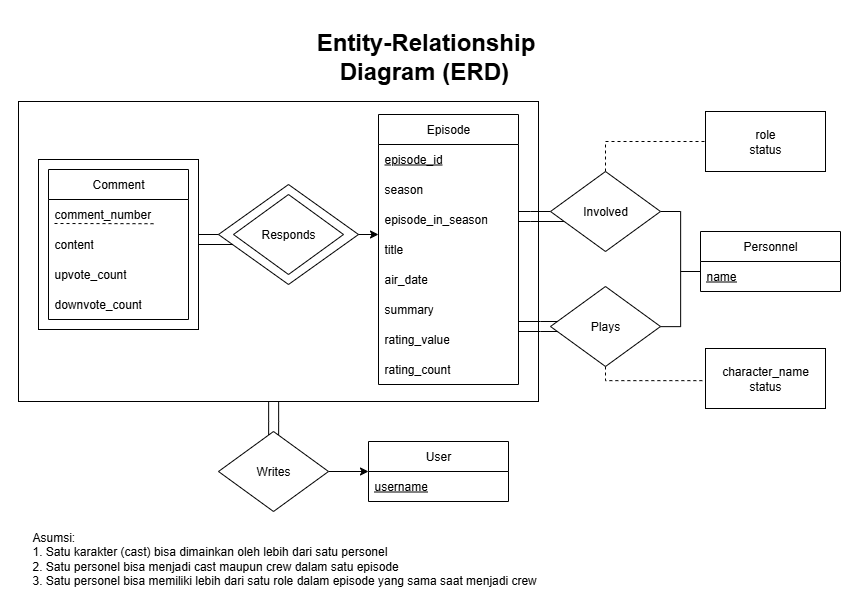
This is Data Storing/design/ERD.png from wargabasdat/Seleksi-2025-Tugas-1, a draw.io export, as it was before one commit. Source tidied: cells renumbered, new cells last; positions are measured from the earlier drawing's top-left corner, leaving out a move shared by most shapes. Source of this version:
```xml
<mxGraphModel>
  <root>
    <mxCell id="0" />
    <mxCell id="1" parent="0" />
    <mxCell id="2" style="rounded=0;whiteSpace=wrap;html=1;strokeColor=none;" parent="1" vertex="1">
      <mxGeometry width="860" height="610" as="geometry" />
    </mxCell>
    <mxCell id="3" style="edgeStyle=orthogonalEdgeStyle;rounded=0;jettySize=auto;html=1;endArrow=none;endFill=0;" parent="1" edge="1" source="4" target="36">
      <mxGeometry relative="1" as="geometry">
        <Array as="points">
          <mxPoint x="278" y="421" />
          <mxPoint x="278" y="421" />
        </Array>
      </mxGeometry>
    </mxCell>
    <mxCell id="4" style="rounded=0;whiteSpace=wrap;html=1;" parent="1" vertex="1">
      <mxGeometry x="18" y="101" width="520" height="300" as="geometry" />
    </mxCell>
    <mxCell id="5" value="Episode" style="swimlane;fontStyle=0;horizontal=1;startSize=30;whiteSpace=wrap;html=1;" parent="1" vertex="1">
      <mxGeometry x="378" y="114" width="140" height="270" as="geometry" />
    </mxCell>
    <mxCell id="6" value="episode_id" style="text;strokeColor=none;fillColor=none;align=left;verticalAlign=middle;spacingLeft=4;spacingRight=4;overflow=hidden;whiteSpace=wrap;html=1;fontStyle=4;" parent="5" vertex="1">
      <mxGeometry y="30" width="140" height="30" as="geometry" />
    </mxCell>
    <mxCell id="7" value="season" style="text;strokeColor=none;fillColor=none;align=left;verticalAlign=middle;spacingLeft=4;spacingRight=4;overflow=hidden;whiteSpace=wrap;html=1;" parent="5" vertex="1">
      <mxGeometry y="60" width="140" height="30" as="geometry" />
    </mxCell>
    <mxCell id="8" value="episode_in_season" style="text;strokeColor=none;fillColor=none;align=left;verticalAlign=middle;spacingLeft=4;spacingRight=4;overflow=hidden;whiteSpace=wrap;html=1;" parent="5" vertex="1">
      <mxGeometry y="90" width="140" height="30" as="geometry" />
    </mxCell>
    <mxCell id="9" value="title" style="text;strokeColor=none;fillColor=none;align=left;verticalAlign=middle;spacingLeft=4;spacingRight=4;overflow=hidden;whiteSpace=wrap;html=1;" parent="5" vertex="1">
      <mxGeometry y="120" width="140" height="30" as="geometry" />
    </mxCell>
    <mxCell id="10" value="air_date" style="text;strokeColor=none;fillColor=none;align=left;verticalAlign=middle;spacingLeft=4;spacingRight=4;overflow=hidden;whiteSpace=wrap;html=1;" parent="5" vertex="1">
      <mxGeometry y="150" width="140" height="30" as="geometry" />
    </mxCell>
    <mxCell id="11" value="summary" style="text;strokeColor=none;fillColor=none;align=left;verticalAlign=middle;spacingLeft=4;spacingRight=4;overflow=hidden;whiteSpace=wrap;html=1;" parent="5" vertex="1">
      <mxGeometry y="180" width="140" height="30" as="geometry" />
    </mxCell>
    <mxCell id="12" value="rating_value" style="text;strokeColor=none;fillColor=none;align=left;verticalAlign=middle;spacingLeft=4;spacingRight=4;overflow=hidden;whiteSpace=wrap;html=1;" parent="5" vertex="1">
      <mxGeometry y="210" width="140" height="30" as="geometry" />
    </mxCell>
    <mxCell id="13" value="rating_count" style="text;strokeColor=none;fillColor=none;align=left;verticalAlign=middle;spacingLeft=4;spacingRight=4;overflow=hidden;whiteSpace=wrap;html=1;" parent="5" vertex="1">
      <mxGeometry y="240" width="140" height="30" as="geometry" />
    </mxCell>
    <mxCell id="14" value="Personnel" style="swimlane;fontStyle=0;horizontal=1;startSize=30;whiteSpace=wrap;html=1;" parent="1" vertex="1">
      <mxGeometry x="700" y="231" width="140" height="60" as="geometry" />
    </mxCell>
    <mxCell id="15" value="name" style="text;strokeColor=none;fillColor=none;align=left;verticalAlign=middle;spacingLeft=4;spacingRight=4;overflow=hidden;whiteSpace=wrap;html=1;fontStyle=4;" parent="14" vertex="1">
      <mxGeometry y="30" width="140" height="30" as="geometry" />
    </mxCell>
    <mxCell id="16" style="edgeStyle=orthogonalEdgeStyle;rounded=0;jettySize=auto;html=1;endArrow=none;endFill=0;" parent="1" edge="1" source="20" target="5">
      <mxGeometry relative="1" as="geometry">
        <Array as="points">
          <mxPoint x="530" y="211" />
          <mxPoint x="530" y="211" />
        </Array>
      </mxGeometry>
    </mxCell>
    <mxCell id="17" style="edgeStyle=orthogonalEdgeStyle;rounded=0;jettySize=auto;html=1;endArrow=none;endFill=0;" parent="1" edge="1" source="20" target="5">
      <mxGeometry relative="1" as="geometry">
        <Array as="points">
          <mxPoint x="530" y="221" />
          <mxPoint x="530" y="221" />
        </Array>
      </mxGeometry>
    </mxCell>
    <mxCell id="18" style="edgeStyle=orthogonalEdgeStyle;rounded=0;jettySize=auto;html=1;endArrow=none;endFill=0;" parent="1" edge="1" source="20" target="14">
      <mxGeometry relative="1" as="geometry">
        <Array as="points">
          <mxPoint x="680" y="211" />
          <mxPoint x="680" y="271" />
        </Array>
      </mxGeometry>
    </mxCell>
    <mxCell id="19" style="edgeStyle=orthogonalEdgeStyle;rounded=0;jettySize=auto;html=1;dashed=1;endArrow=none;endFill=0;" parent="1" edge="1" source="20" target="30">
      <mxGeometry relative="1" as="geometry">
        <Array as="points">
          <mxPoint x="605" y="141" />
        </Array>
      </mxGeometry>
    </mxCell>
    <mxCell id="20" value="Involved" style="rhombus;whiteSpace=wrap;html=1;" parent="1" vertex="1">
      <mxGeometry x="550" y="171" width="110" height="80" as="geometry" />
    </mxCell>
    <mxCell id="21" style="group;" parent="1" vertex="1">
      <mxGeometry x="218" y="184" width="140" height="150" as="geometry" />
    </mxCell>
    <mxCell id="22" style="rhombus;whiteSpace=wrap;html=1;" parent="21" vertex="1">
      <mxGeometry width="140" height="100" as="geometry" />
    </mxCell>
    <mxCell id="23" value="Responds" style="rhombus;whiteSpace=wrap;html=1;" parent="21" vertex="1">
      <mxGeometry x="15" y="10" width="110" height="80" as="geometry" />
    </mxCell>
    <mxCell id="24" style="edgeStyle=orthogonalEdgeStyle;rounded=0;jettySize=auto;html=1;endArrow=none;endFill=0;" parent="1" edge="1" source="28" target="5">
      <mxGeometry relative="1" as="geometry">
        <Array as="points">
          <mxPoint x="540" y="321" />
          <mxPoint x="540" y="321" />
        </Array>
      </mxGeometry>
    </mxCell>
    <mxCell id="25" style="edgeStyle=orthogonalEdgeStyle;rounded=0;jettySize=auto;html=1;endArrow=none;endFill=0;" parent="1" edge="1" source="28" target="5">
      <mxGeometry relative="1" as="geometry">
        <Array as="points">
          <mxPoint x="540" y="331" />
          <mxPoint x="540" y="331" />
        </Array>
      </mxGeometry>
    </mxCell>
    <mxCell id="26" style="edgeStyle=orthogonalEdgeStyle;rounded=0;jettySize=auto;html=1;endArrow=none;endFill=0;" parent="1" edge="1" source="28" target="14">
      <mxGeometry relative="1" as="geometry">
        <Array as="points">
          <mxPoint x="680" y="326" />
          <mxPoint x="680" y="271" />
        </Array>
      </mxGeometry>
    </mxCell>
    <mxCell id="27" style="edgeStyle=orthogonalEdgeStyle;rounded=0;jettySize=auto;html=1;endArrow=none;endFill=0;dashed=1;" parent="1" edge="1" source="28" target="29">
      <mxGeometry relative="1" as="geometry">
        <Array as="points">
          <mxPoint x="605" y="380" />
        </Array>
      </mxGeometry>
    </mxCell>
    <mxCell id="28" value="Plays" style="rhombus;whiteSpace=wrap;html=1;" parent="1" vertex="1">
      <mxGeometry x="550" y="286" width="110" height="80" as="geometry" />
    </mxCell>
    <mxCell id="29" value="character_name&lt;br&gt;&lt;div&gt;status&lt;/div&gt;" style="rounded=0;whiteSpace=wrap;html=1;" parent="1" vertex="1">
      <mxGeometry x="705" y="348" width="120" height="60" as="geometry" />
    </mxCell>
    <mxCell id="30" value="role&lt;br&gt;&lt;div&gt;status&lt;/div&gt;" style="rounded=0;whiteSpace=wrap;html=1;" parent="1" vertex="1">
      <mxGeometry x="705" y="111" width="120" height="60" as="geometry" />
    </mxCell>
    <mxCell id="31" value="&lt;div style=&quot;text-align: justify;&quot;&gt;&lt;div&gt;&lt;span style=&quot;background-color: transparent; color: light-dark(rgb(0, 0, 0), rgb(255, 255, 255));&quot;&gt;Asumsi:&amp;nbsp;&lt;/span&gt;&lt;/div&gt;&lt;div&gt;1. Satu karakter (cast) bisa dimainkan oleh lebih dari satu personel&lt;/div&gt;&lt;div&gt;&lt;span style=&quot;background-color: transparent; color: light-dark(rgb(0, 0, 0), rgb(255, 255, 255));&quot;&gt;2. Satu personel bisa menjadi cast maupun crew dalam satu episode&lt;/span&gt;&lt;/div&gt;&lt;div&gt;&lt;span style=&quot;background-color: transparent; color: light-dark(rgb(0, 0, 0), rgb(255, 255, 255));&quot;&gt;3. Satu personel bisa memiliki lebih dari satu role dalam episode yang sama saat menjadi crew&lt;/span&gt;&lt;/div&gt;&lt;/div&gt;" style="text;html=1;align=left;verticalAlign=middle;whiteSpace=wrap;rounded=0;" parent="1" vertex="1">
      <mxGeometry x="30" y="526" width="750" height="64" as="geometry" />
    </mxCell>
    <mxCell id="32" value="User" style="swimlane;fontStyle=0;horizontal=1;startSize=30;whiteSpace=wrap;html=1;" parent="1" vertex="1">
      <mxGeometry x="368" y="441" width="140" height="60" as="geometry" />
    </mxCell>
    <mxCell id="33" value="username" style="text;strokeColor=none;fillColor=none;align=left;verticalAlign=middle;spacingLeft=4;spacingRight=4;overflow=hidden;whiteSpace=wrap;html=1;fontStyle=4;" parent="32" vertex="1">
      <mxGeometry y="30" width="140" height="30" as="geometry" />
    </mxCell>
    <mxCell id="34" style="edgeStyle=orthogonalEdgeStyle;rounded=0;jettySize=auto;html=1;" parent="1" edge="1" source="36" target="32">
      <mxGeometry relative="1" as="geometry" />
    </mxCell>
    <mxCell id="35" style="edgeStyle=orthogonalEdgeStyle;rounded=0;jettySize=auto;html=1;endArrow=none;endFill=0;" parent="1" edge="1" source="36" target="4">
      <mxGeometry relative="1" as="geometry">
        <Array as="points">
          <mxPoint x="268" y="421" />
          <mxPoint x="268" y="421" />
        </Array>
      </mxGeometry>
    </mxCell>
    <mxCell id="36" value="Writes" style="rhombus;whiteSpace=wrap;html=1;" parent="1" vertex="1">
      <mxGeometry x="218" y="431" width="110" height="80" as="geometry" />
    </mxCell>
    <mxCell id="37" style="edgeStyle=orthogonalEdgeStyle;rounded=0;jettySize=auto;html=1;" parent="1" edge="1" source="22" target="5">
      <mxGeometry relative="1" as="geometry">
        <Array as="points">
          <mxPoint x="378" y="241" />
          <mxPoint x="378" y="241" />
        </Array>
      </mxGeometry>
    </mxCell>
    <mxCell id="38" style="group;" parent="1" vertex="1">
      <mxGeometry x="38" y="159" width="160" height="170" as="geometry" />
    </mxCell>
    <mxCell id="39" style="rounded=0;whiteSpace=wrap;html=1;" parent="38" vertex="1">
      <mxGeometry width="160" height="170" as="geometry" />
    </mxCell>
    <mxCell id="40" value="Comment" style="swimlane;fontStyle=0;horizontal=1;startSize=30;whiteSpace=wrap;html=1;" parent="38" vertex="1">
      <mxGeometry x="10" y="10" width="140" height="150" as="geometry" />
    </mxCell>
    <mxCell id="41" value="comment_number" style="text;strokeColor=none;fillColor=none;align=left;verticalAlign=middle;spacingLeft=4;spacingRight=4;overflow=hidden;whiteSpace=wrap;html=1;" parent="38" vertex="1">
      <mxGeometry x="10" y="40" width="140" height="30" as="geometry" />
    </mxCell>
    <mxCell id="42" style="endArrow=none;dashed=1;html=1;rounded=0;" parent="38" edge="1">
      <mxGeometry relative="1" as="geometry">
        <mxPoint x="16" y="64" as="sourcePoint" />
        <mxPoint x="116" y="64.2" as="targetPoint" />
      </mxGeometry>
    </mxCell>
    <mxCell id="43" value="content" style="text;strokeColor=none;fillColor=none;align=left;verticalAlign=middle;spacingLeft=4;spacingRight=4;overflow=hidden;whiteSpace=wrap;html=1;" parent="38" vertex="1">
      <mxGeometry x="10" y="70" width="140" height="30" as="geometry" />
    </mxCell>
    <mxCell id="44" value="upvote_count" style="text;strokeColor=none;fillColor=none;align=left;verticalAlign=middle;spacingLeft=4;spacingRight=4;overflow=hidden;whiteSpace=wrap;html=1;" parent="38" vertex="1">
      <mxGeometry x="10" y="100" width="140" height="30" as="geometry" />
    </mxCell>
    <mxCell id="45" value="downvote_count" style="text;strokeColor=none;fillColor=none;align=left;verticalAlign=middle;spacingLeft=4;spacingRight=4;overflow=hidden;whiteSpace=wrap;html=1;" parent="38" vertex="1">
      <mxGeometry x="10" y="130" width="140" height="30" as="geometry" />
    </mxCell>
    <mxCell id="46" style="edgeStyle=orthogonalEdgeStyle;rounded=0;jettySize=auto;html=1;endArrow=none;endFill=0;" parent="1" edge="1" source="22" target="39">
      <mxGeometry relative="1" as="geometry">
        <Array as="points">
          <mxPoint x="178" y="241" />
          <mxPoint x="178" y="241" />
        </Array>
      </mxGeometry>
    </mxCell>
    <mxCell id="47" style="edgeStyle=orthogonalEdgeStyle;rounded=0;jettySize=auto;html=1;endArrow=none;endFill=0;" parent="1" edge="1" source="39" target="22">
      <mxGeometry relative="1" as="geometry">
        <Array as="points">
          <mxPoint x="218" y="251" />
          <mxPoint x="218" y="251" />
        </Array>
      </mxGeometry>
    </mxCell>
    <mxCell id="48" value="&lt;h1 style=&quot;margin-top: 0px;&quot;&gt;&lt;span style=&quot;background-color: transparent; color: light-dark(rgb(0, 0, 0), rgb(255, 255, 255));&quot;&gt;Entity-Relationship Diagram (ERD)&lt;span style=&quot;font-size: 12px; font-weight: 400;&quot;&gt;&amp;nbsp;&lt;/span&gt;&lt;/span&gt;&lt;/h1&gt;" style="text;html=1;whiteSpace=wrap;overflow=hidden;rounded=0;align=center;" parent="1" vertex="1">
      <mxGeometry x="280" y="21" width="291" height="70" as="geometry" />
    </mxCell>
  </root>
</mxGraphModel>
```
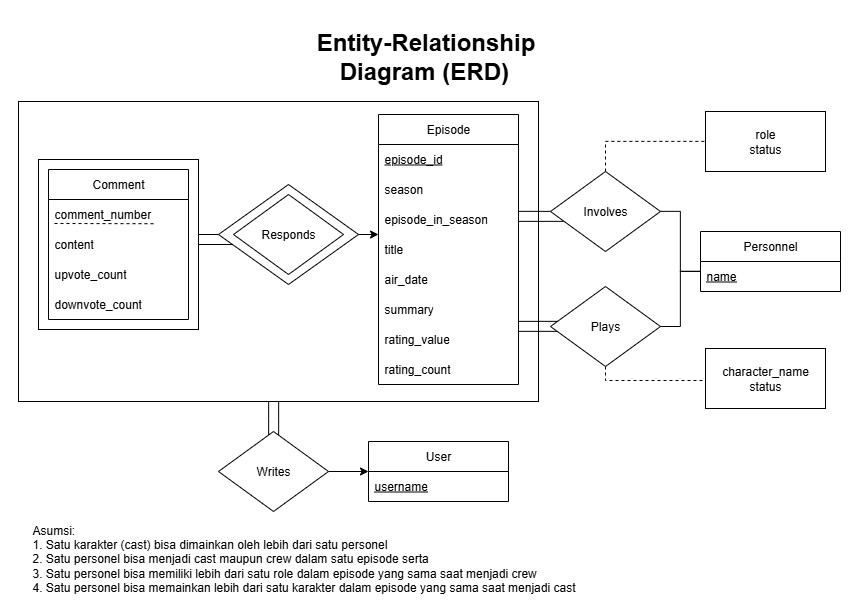
The same file after the commit.

Commit message:
fix: revise diagrams

Diff of the diagram source:
```diff
@@ -80,7 +80,7 @@
         </Array>
       </mxGeometry>
     </mxCell>
-    <mxCell id="20" value="Involved" style="rhombus;whiteSpace=wrap;html=1;" parent="1" vertex="1">
+    <mxCell id="20" value="Involves" style="rhombus;whiteSpace=wrap;html=1;" parent="1" vertex="1">
       <mxGeometry x="550" y="171" width="110" height="80" as="geometry" />
     </mxCell>
     <mxCell id="21" style="group;" parent="1" vertex="1">
@@ -132,7 +132,7 @@
     <mxCell id="30" value="role&lt;br&gt;&lt;div&gt;status&lt;/div&gt;" style="rounded=0;whiteSpace=wrap;html=1;" parent="1" vertex="1">
       <mxGeometry x="705" y="111" width="120" height="60" as="geometry" />
     </mxCell>
-    <mxCell id="31" value="&lt;div style=&quot;text-align: justify;&quot;&gt;&lt;div&gt;&lt;span style=&quot;background-color: transparent; color: light-dark(rgb(0, 0, 0), rgb(255, 255, 255));&quot;&gt;Asumsi:&amp;nbsp;&lt;/span&gt;&lt;/div&gt;&lt;div&gt;1. Satu karakter (cast) bisa dimainkan oleh lebih dari satu personel&lt;/div&gt;&lt;div&gt;&lt;span style=&quot;background-color: transparent; color: light-dark(rgb(0, 0, 0), rgb(255, 255, 255));&quot;&gt;2. Satu personel bisa menjadi cast maupun crew dalam satu episode&lt;/span&gt;&lt;/div&gt;&lt;div&gt;&lt;span style=&quot;background-color: transparent; color: light-dark(rgb(0, 0, 0), rgb(255, 255, 255));&quot;&gt;3. Satu personel bisa memiliki lebih dari satu role dalam episode yang sama saat menjadi crew&lt;/span&gt;&lt;/div&gt;&lt;/div&gt;" style="text;html=1;align=left;verticalAlign=middle;whiteSpace=wrap;rounded=0;" parent="1" vertex="1">
+    <mxCell id="31" value="&lt;div style=&quot;text-align: justify;&quot;&gt;&lt;div&gt;&lt;span style=&quot;background-color: transparent; color: light-dark(rgb(0, 0, 0), rgb(255, 255, 255));&quot;&gt;Asumsi:&amp;nbsp;&lt;/span&gt;&lt;/div&gt;&lt;div&gt;1. Satu karakter (cast) bisa dimainkan oleh lebih dari satu personel&lt;/div&gt;&lt;div&gt;&lt;span style=&quot;background-color: transparent; color: light-dark(rgb(0, 0, 0), rgb(255, 255, 255));&quot;&gt;2. Satu personel bisa menjadi cast maupun crew dalam satu episode serta&lt;/span&gt;&lt;/div&gt;&lt;div&gt;&lt;span style=&quot;background-color: transparent; color: light-dark(rgb(0, 0, 0), rgb(255, 255, 255));&quot;&gt;3. Satu personel bisa memiliki lebih dari satu role dalam episode yang sama saat menjadi crew&lt;/span&gt;&lt;/div&gt;&lt;div&gt;&lt;span style=&quot;background-color: transparent; color: light-dark(rgb(0, 0, 0), rgb(255, 255, 255));&quot;&gt;4. Satu personel bisa memainkan lebih dari satu karakter dalam episode yang sama saat menjadi cast&lt;/span&gt;&lt;/div&gt;&lt;/div&gt;" style="text;html=1;align=left;verticalAlign=middle;whiteSpace=wrap;rounded=0;" parent="1" vertex="1">
       <mxGeometry x="30" y="526" width="750" height="64" as="geometry" />
     </mxCell>
     <mxCell id="32" value="User" style="swimlane;fontStyle=0;horizontal=1;startSize=30;whiteSpace=wrap;html=1;" parent="1" vertex="1">
```
